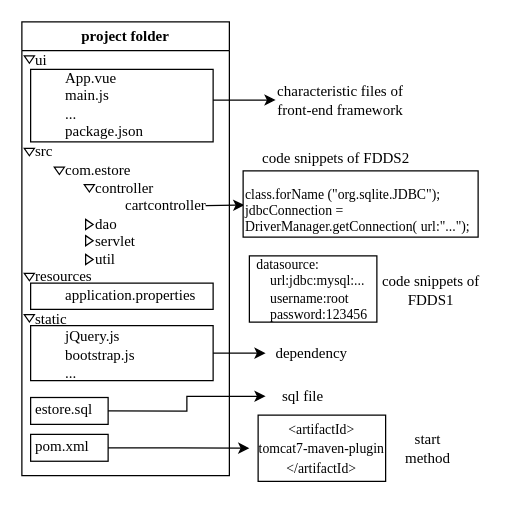
PAL4JavaWeb/homework keeps this draw.io diagram as method.drawio. Above is the earlier version. Source tidied: cells renumbered, new cells numbered last; positions are measured from the earlier drawing's top-left corner, leaving out a move shared by most shapes. Both pictures are drawn from the tidied source at 125%, with x=0, y=0 at pixel (21, 21).
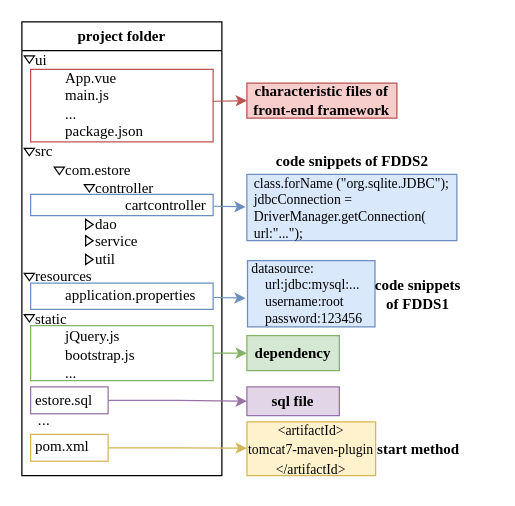
Above is the later version.

Diff of the diagram source:
```diff
@@
     <mxCell id="2" value="project folder" style="swimlane;whiteSpace=wrap;html=1;fontFamily=Times New Roman;" parent="1" vertex="1">
-      <mxGeometry width="166" height="363" as="geometry" />
+      <mxGeometry width="160" height="363" as="geometry" />
     </mxCell>
+    <mxCell id="11" style="rounded=0;whiteSpace=wrap;html=1;fillColor=none;fontFamily=Times New Roman;strokeColor=#9673a6;" parent="2" vertex="1">
+      <mxGeometry x="7" y="292" width="62" height="21.5" as="geometry" />
+    </mxCell>
-    <mxCell id="3" style="rounded=0;whiteSpace=wrap;html=1;fillColor=none;fontFamily=Times New Roman;" parent="2" vertex="1">
+    <mxCell id="3" style="rounded=0;whiteSpace=wrap;html=1;fillColor=none;fontFamily=Times New Roman;strokeColor=#82b366;" parent="2" vertex="1">
       <mxGeometry x="7" y="243" width="146" height="44" as="geometry" />
     </mxCell>
-    <mxCell id="4" value="&lt;div&gt;&lt;br&gt;&lt;/div&gt;&lt;div&gt;&lt;br&gt;&lt;/div&gt;" style="rounded=0;whiteSpace=wrap;html=1;fillColor=none;fontFamily=Times New Roman;" parent="2" vertex="1">
+    <mxCell id="4" value="&lt;div&gt;&lt;br&gt;&lt;/div&gt;&lt;div&gt;&lt;br&gt;&lt;/div&gt;" style="rounded=0;whiteSpace=wrap;html=1;fillColor=none;fontFamily=Times New Roman;strokeColor=#b85450;" parent="2" vertex="1">
       <mxGeometry x="7" y="38" width="146" height="58" as="geometry" />
     </mxCell>
     <mxCell id="5" value="estore.sql" style="text;html=1;align=left;verticalAlign=middle;whiteSpace=wrap;rounded=0;fontFamily=Times New Roman;" parent="2" vertex="1">
-      <mxGeometry x="9" y="295" width="60" height="30" as="geometry" />
+      <mxGeometry x="9" y="287.8" width="60" height="30" as="geometry" />
     </mxCell>
@@
-    <mxCell id="8" value="&lt;div&gt;src&lt;/div&gt;&lt;span style=&quot;white-space: pre;&quot;&gt;&#9;&lt;/span&gt;com.estore&lt;div&gt;&lt;span style=&quot;white-space: pre;&quot;&gt;&#9;&lt;span style=&quot;white-space: pre;&quot;&gt;&#9;&lt;/span&gt;&lt;/span&gt;&lt;span style=&quot;background-color: initial;&quot;&gt;controller&lt;/span&gt;&lt;/div&gt;&lt;div&gt;&lt;span style=&quot;background-color: initial;&quot;&gt;&lt;span style=&quot;white-space: pre;&quot;&gt;&#9;&lt;/span&gt;&lt;span style=&quot;white-space: pre;&quot;&gt;&#9;&lt;/span&gt;&lt;span style=&quot;white-space: pre;&quot;&gt;&#9;&lt;/span&gt;cartcontroller&lt;br&gt;&lt;/span&gt;&lt;/div&gt;&lt;div&gt;&lt;span style=&quot;white-space: pre;&quot;&gt;&#9;&lt;span style=&quot;white-space: pre;&quot;&gt;&#9;&lt;/span&gt;&lt;/span&gt;dao&lt;/div&gt;&lt;div&gt;&lt;span style=&quot;white-space: pre;&quot;&gt;&#9;&lt;span style=&quot;white-space: pre;&quot;&gt;&#9;&lt;/span&gt;&lt;/span&gt;servlet&lt;/div&gt;&lt;div&gt;&lt;span style=&quot;white-space: pre;&quot;&gt;&#9;&lt;span style=&quot;white-space: pre;&quot;&gt;&#9;&lt;/span&gt;&lt;/span&gt;util&lt;/div&gt;" style="text;html=1;align=left;verticalAlign=middle;whiteSpace=wrap;rounded=0;fontFamily=Times New Roman;" parent="2" vertex="1">
+    <mxCell id="8" value="&lt;div&gt;src&lt;/div&gt;&lt;span style=&quot;white-space: pre;&quot;&gt;&#9;&lt;/span&gt;com.estore&lt;div&gt;&lt;span style=&quot;white-space: pre;&quot;&gt;&#9;&lt;span style=&quot;white-space: pre;&quot;&gt;&#9;&lt;/span&gt;&lt;/span&gt;&lt;span style=&quot;background-color: initial;&quot;&gt;controller&lt;/span&gt;&lt;/div&gt;&lt;div&gt;&lt;span style=&quot;background-color: initial;&quot;&gt;&lt;span style=&quot;white-space: pre;&quot;&gt;&#9;&lt;/span&gt;&lt;span style=&quot;white-space: pre;&quot;&gt;&#9;&lt;/span&gt;&lt;span style=&quot;white-space: pre;&quot;&gt;&#9;&lt;/span&gt;cartcontroller&lt;br&gt;&lt;/span&gt;&lt;/div&gt;&lt;div&gt;&lt;span style=&quot;white-space: pre;&quot;&gt;&#9;&lt;span style=&quot;white-space: pre;&quot;&gt;&#9;&lt;/span&gt;&lt;/span&gt;dao&lt;/div&gt;&lt;div&gt;&lt;span style=&quot;white-space: pre;&quot;&gt;&#9;&lt;span style=&quot;white-space: pre;&quot;&gt;&#9;&lt;/span&gt;&lt;/span&gt;service&lt;/div&gt;&lt;div&gt;&lt;span style=&quot;white-space: pre;&quot;&gt;&#9;&lt;span style=&quot;white-space: pre;&quot;&gt;&#9;&lt;/span&gt;&lt;/span&gt;util&lt;/div&gt;" style="text;html=1;align=left;verticalAlign=middle;whiteSpace=wrap;rounded=0;fontFamily=Times New Roman;" parent="2" vertex="1">
       <mxGeometry x="9" y="132" width="60" height="30" as="geometry" />
     </mxCell>
@@
+    <mxCell id="13" style="rounded=0;whiteSpace=wrap;html=1;fillColor=none;fontFamily=Times New Roman;strokeColor=#6c8ebf;" parent="2" vertex="1">
+      <mxGeometry x="7" y="209" width="146" height="21" as="geometry" />
+    </mxCell>
+    <mxCell id="40" value="&lt;div&gt;&lt;br&gt;&lt;/div&gt;&lt;div&gt;&lt;br&gt;&lt;/div&gt;" style="rounded=0;whiteSpace=wrap;html=1;fillColor=none;fontFamily=Times New Roman;strokeColor=#6c8ebf;" parent="2" vertex="1">
+      <mxGeometry x="7" y="138" width="146" height="17" as="geometry" />
+    </mxCell>
+    <mxCell id="41" style="group;" parent="2" vertex="1">
+      <mxGeometry x="7" y="325" width="62" height="30" as="geometry" />
+    </mxCell>
+    <mxCell id="12" style="rounded=0;whiteSpace=wrap;html=1;fillColor=none;fontFamily=Times New Roman;strokeColor=#d6b656;" parent="41" vertex="1">
+      <mxGeometry y="5" width="62" height="21.5" as="geometry" />
+    </mxCell>
-    <mxCell id="10" value="pom.xml" style="text;html=1;align=left;verticalAlign=middle;whiteSpace=wrap;rounded=0;fontFamily=Times New Roman;" parent="2" vertex="1">
-      <mxGeometry x="9" y="325" width="60" height="30" as="geometry" />
+    <mxCell id="10" value="pom.xml" style="text;html=1;align=left;verticalAlign=middle;whiteSpace=wrap;rounded=0;fontFamily=Times New Roman;" parent="41" vertex="1">
+      <mxGeometry x="2" width="60" height="30" as="geometry" />
     </mxCell>
-    <mxCell id="11" style="rounded=0;whiteSpace=wrap;html=1;fillColor=none;fontFamily=Times New Roman;" parent="2" vertex="1">
-      <mxGeometry x="7" y="300.5" width="62" height="21.5" as="geometry" />
-    </mxCell>
-    <mxCell id="12" style="rounded=0;whiteSpace=wrap;html=1;fillColor=none;fontFamily=Times New Roman;" parent="2" vertex="1">
-      <mxGeometry x="7" y="330" width="62" height="21.5" as="geometry" />
-    </mxCell>
-    <mxCell id="13" style="rounded=0;whiteSpace=wrap;html=1;fillColor=none;fontFamily=Times New Roman;" parent="2" vertex="1">
-      <mxGeometry x="7" y="209" width="146" height="21" as="geometry" />
-    </mxCell>
-    <mxCell id="14" style="endArrow=classic;html=1;rounded=0;" parent="2" edge="1">
-      <mxGeometry relative="1" as="geometry">
-        <mxPoint x="147" y="147" as="sourcePoint" />
-        <mxPoint x="178" y="146.6" as="targetPoint" />
-      </mxGeometry>
-    </mxCell>
+    <mxCell id="42" value="..." style="text;html=1;align=left;verticalAlign=middle;whiteSpace=wrap;rounded=0;" parent="41" vertex="1">
+      <mxGeometry x="4" y="-15" width="40" height="17" as="geometry" />
+    </mxCell>
@@
-    <mxCell id="24" style="edgeStyle=orthogonalEdgeStyle;rounded=0;jettySize=auto;html=1;exitX=1;exitY=0.5;exitDx=0;exitDy=0;entryX=0;entryY=0.5;entryDx=0;entryDy=0;fontFamily=Times New Roman;" parent="1" edge="1" source="12" target="31">
-      <mxGeometry relative="1" as="geometry" />
+    <mxCell id="24" style="edgeStyle=orthogonalEdgeStyle;rounded=0;jettySize=auto;html=1;exitX=1;exitY=0.5;exitDx=0;exitDy=0;fontFamily=Times New Roman;fillColor=#fff2cc;strokeColor=#d6b656;" parent="1" edge="1" source="12">
+      <mxGeometry relative="1" as="geometry">
+        <mxPoint x="180" y="341" as="targetPoint" />
+      </mxGeometry>
     </mxCell>
-    <mxCell id="25" style="verticalLabelPosition=bottom;verticalAlign=top;html=1;shape=mxgraph.basic.rect;fillColor2=none;strokeWidth=1;size=20;indent=5;fontFamily=Times New Roman;" parent="1" vertex="1">
-      <mxGeometry x="189" y="314.5" width="102" height="53" as="geometry" />
-    </mxCell>
-    <mxCell id="26" style="verticalLabelPosition=bottom;verticalAlign=top;html=1;shape=mxgraph.basic.rect;fillColor2=none;strokeWidth=1;size=20;indent=5;fontFamily=Times New Roman;" parent="1" vertex="1">
-      <mxGeometry x="182" y="187.1" width="102" height="53" as="geometry" />
-    </mxCell>
-    <mxCell id="27" value="characteristic files of front-end framework" style="text;html=1;align=center;verticalAlign=middle;whiteSpace=wrap;rounded=0;fontFamily=Times New Roman;" parent="1" vertex="1">
-      <mxGeometry x="195" y="48" width="119.5" height="30" as="geometry" />
-    </mxCell>
-    <mxCell id="28" style="verticalLabelPosition=bottom;verticalAlign=top;html=1;shape=mxgraph.basic.rect;fillColor2=none;strokeWidth=1;size=20;indent=5;fontFamily=Times New Roman;" parent="1" vertex="1">
-      <mxGeometry x="177" y="119.1" width="188" height="53" as="geometry" />
-    </mxCell>
-    <mxCell id="29" style="endArrow=classic;html=1;rounded=0;fontFamily=Times New Roman;" parent="1" edge="1">
-      <mxGeometry relative="1" as="geometry">
-        <mxPoint x="153" y="62.5" as="sourcePoint" />
-        <mxPoint x="203" y="62.5" as="targetPoint" />
-      </mxGeometry>
-    </mxCell>
-    <mxCell id="30" value="dependency" style="text;html=1;align=center;verticalAlign=middle;whiteSpace=wrap;rounded=0;fontFamily=Times New Roman;" parent="1" vertex="1">
-      <mxGeometry x="195" y="251" width="74" height="28" as="geometry" />
+    <mxCell id="30" value="dependency" style="text;html=1;align=center;verticalAlign=middle;whiteSpace=wrap;rounded=0;fontFamily=Times New Roman;fillColor=#d5e8d4;strokeColor=#82b366;fontStyle=1;" parent="1" vertex="1">
+      <mxGeometry x="180" y="251" width="74" height="28" as="geometry" />
     </mxCell>
-    <mxCell id="31" value="&lt;p style=&quot;line-height: 40%; font-size: 11px;&quot; class=&quot;MsoNormal&quot;&gt;&lt;span style=&quot;font-size: 11px;&quot;&gt;&lt;font style=&quot;font-size: 11px;&quot;&gt;&amp;lt;artifactId&amp;gt;&lt;/font&gt;&lt;/span&gt;&lt;/p&gt;&lt;p style=&quot;line-height: 40%; font-size: 11px;&quot; class=&quot;MsoNormal&quot;&gt;&lt;span style=&quot;font-size: 11px;&quot;&gt;&lt;font style=&quot;font-size: 11px;&quot;&gt;tomcat7-maven-plugin&lt;/font&gt;&lt;/span&gt;&lt;/p&gt;&lt;p style=&quot;line-height: 40%; font-size: 11px;&quot; class=&quot;MsoNormal&quot;&gt;&lt;span style=&quot;font-size: 11px;&quot;&gt;&lt;font style=&quot;font-size: 11px;&quot;&gt;&amp;lt;/artifactId&amp;gt;&lt;/font&gt;&lt;/span&gt;&lt;span style=&quot;font-size: 11px;&quot;&gt;&lt;/span&gt;&lt;/p&gt;" style="text;html=1;align=center;verticalAlign=middle;whiteSpace=wrap;rounded=0;fontSize=11;fontFamily=Times New Roman;" parent="1" vertex="1">
-      <mxGeometry x="182" y="320.3" width="116" height="41.5" as="geometry" />
-    </mxCell>
-    <mxCell id="32" value="sql file" style="text;html=1;align=center;verticalAlign=middle;whiteSpace=wrap;rounded=0;fontFamily=Times New Roman;" parent="1" vertex="1">
-      <mxGeometry x="195" y="284.5" width="60" height="30" as="geometry" />
+    <mxCell id="32" value="sql file" style="text;html=1;align=center;verticalAlign=middle;whiteSpace=wrap;rounded=0;fontFamily=Times New Roman;fillColor=#e1d5e7;strokeColor=#9673a6;fontStyle=1;" parent="1" vertex="1">
+      <mxGeometry x="180" y="292" width="74" height="23" as="geometry" />
     </mxCell>
-    <mxCell id="33" style="edgeStyle=orthogonalEdgeStyle;rounded=0;jettySize=auto;html=1;exitX=1;exitY=0.5;exitDx=0;exitDy=0;fontFamily=Times New Roman;" parent="1" edge="1" source="11" target="32">
+    <mxCell id="33" style="edgeStyle=orthogonalEdgeStyle;rounded=0;jettySize=auto;html=1;exitX=1;exitY=0.5;exitDx=0;exitDy=0;fontFamily=Times New Roman;fillColor=#e1d5e7;strokeColor=#9673a6;" parent="1" edge="1" source="11" target="32">
       <mxGeometry relative="1" as="geometry" />
     </mxCell>
-    <mxCell id="34" style="edgeStyle=orthogonalEdgeStyle;rounded=0;jettySize=auto;html=1;exitX=1;exitY=0.5;exitDx=0;exitDy=0;entryX=0;entryY=0.5;entryDx=0;entryDy=0;fontFamily=Times New Roman;" parent="1" edge="1" source="3" target="30">
+    <mxCell id="34" style="edgeStyle=orthogonalEdgeStyle;rounded=0;jettySize=auto;html=1;exitX=1;exitY=0.5;exitDx=0;exitDy=0;entryX=0;entryY=0.5;entryDx=0;entryDy=0;fontFamily=Times New Roman;fillColor=#d5e8d4;strokeColor=#82b366;" parent="1" edge="1" source="3" target="30">
       <mxGeometry relative="1" as="geometry" />
     </mxCell>
-    <mxCell id="35" value="&lt;div style=&quot;font-size: 11px;&quot;&gt;&lt;font style=&quot;font-size: 11px;&quot;&gt;&amp;nbsp; &amp;nbsp; datasource:&lt;/font&gt;&lt;/div&gt;&lt;div style=&quot;font-size: 11px;&quot;&gt;&lt;font style=&quot;font-size: 11px;&quot;&gt;&amp;nbsp; &amp;nbsp; &amp;nbsp; &amp;nbsp; url:jdbc:mysql:...&lt;/font&gt;&lt;/div&gt;&lt;div style=&quot;font-size: 11px;&quot;&gt;&lt;font style=&quot;font-size: 11px;&quot;&gt;&amp;nbsp; &amp;nbsp; &amp;nbsp; &amp;nbsp; username:root&lt;/font&gt;&lt;/div&gt;&lt;div style=&quot;font-size: 11px;&quot;&gt;&lt;font style=&quot;font-size: 11px;&quot;&gt;&amp;nbsp; &amp;nbsp; &amp;nbsp; &amp;nbsp; password:123456&lt;/font&gt;&lt;/div&gt;" style="text;html=1;align=left;verticalAlign=middle;whiteSpace=wrap;rounded=0;fontFamily=Times New Roman;" parent="1" vertex="1">
-      <mxGeometry x="175.2" y="172.6" width="105.5" height="82" as="geometry" />
-    </mxCell>
-    <mxCell id="36" value="&lt;div style=&quot;font-size: 11px;&quot;&gt;class.forName (&quot;org.sqlite.JDBC&quot;);&lt;/div&gt;&lt;div style=&quot;font-size: 11px;&quot;&gt;jdbcConnection = DriverManager.getConnection( url:&quot;...&quot;);&lt;/div&gt;" style="text;html=1;align=left;verticalAlign=middle;whiteSpace=wrap;rounded=0;fontSize=11;fontFamily=Times New Roman;" parent="1" vertex="1">
-      <mxGeometry x="177" y="126.6" width="182.5" height="48.4" as="geometry" />
-    </mxCell>
-    <mxCell id="37" value="start method" style="text;html=1;align=center;verticalAlign=middle;whiteSpace=wrap;rounded=0;fontFamily=Times New Roman;" parent="1" vertex="1">
-      <mxGeometry x="298" y="327.6" width="54" height="26.8" as="geometry" />
+    <mxCell id="37" value="start method" style="text;html=1;align=center;verticalAlign=middle;whiteSpace=wrap;rounded=0;fontFamily=Times New Roman;fontStyle=1;" parent="1" vertex="1">
+      <mxGeometry x="280" y="331.5" width="75" height="20" as="geometry" />
     </mxCell>
-    <mxCell id="38" value="code snippets of FDDS2" style="text;html=1;align=center;verticalAlign=middle;whiteSpace=wrap;rounded=0;fontFamily=Times New Roman;" parent="1" vertex="1">
-      <mxGeometry x="189" y="98.3" width="125" height="20.9" as="geometry" />
+    <mxCell id="38" value="code snippets of FDDS2" style="text;html=1;align=center;verticalAlign=middle;whiteSpace=wrap;rounded=0;fontFamily=Times New Roman;fontStyle=1;" parent="1" vertex="1">
+      <mxGeometry x="201.5" y="101.3" width="125" height="20.9" as="geometry" />
     </mxCell>
+    <mxCell id="43" style="group;" parent="1" vertex="1">
+      <mxGeometry x="171" y="176" width="204.5" height="82" as="geometry" />
+    </mxCell>
+    <mxCell id="26" style="verticalLabelPosition=bottom;verticalAlign=top;html=1;shape=mxgraph.basic.rect;fillColor2=none;strokeWidth=1;size=20;indent=5;fontFamily=Times New Roman;fillColor=#dae8fc;strokeColor=#6c8ebf;" parent="43" vertex="1">
+      <mxGeometry x="9.5" y="15" width="102" height="53" as="geometry" />
+    </mxCell>
+    <mxCell id="35" value="&lt;div style=&quot;font-size: 11px;&quot;&gt;&lt;font style=&quot;font-size: 11px;&quot;&gt;&amp;nbsp; &amp;nbsp; datasource:&lt;/font&gt;&lt;/div&gt;&lt;div style=&quot;font-size: 11px;&quot;&gt;&lt;font style=&quot;font-size: 11px;&quot;&gt;&amp;nbsp; &amp;nbsp; &amp;nbsp; &amp;nbsp; url:jdbc:mysql:...&lt;/font&gt;&lt;/div&gt;&lt;div style=&quot;font-size: 11px;&quot;&gt;&lt;font style=&quot;font-size: 11px;&quot;&gt;&amp;nbsp; &amp;nbsp; &amp;nbsp; &amp;nbsp; username:root&lt;/font&gt;&lt;/div&gt;&lt;div style=&quot;font-size: 11px;&quot;&gt;&lt;font style=&quot;font-size: 11px;&quot;&gt;&amp;nbsp; &amp;nbsp; &amp;nbsp; &amp;nbsp; password:123456&lt;/font&gt;&lt;/div&gt;" style="text;html=1;align=left;verticalAlign=middle;whiteSpace=wrap;rounded=0;fontFamily=Times New Roman;" parent="43" vertex="1">
+      <mxGeometry width="105.5" height="82" as="geometry" />
+    </mxCell>
-    <mxCell id="39" value="code snippets of FDDS1" style="text;html=1;align=center;verticalAlign=middle;whiteSpace=wrap;rounded=0;fontFamily=Times New Roman;" parent="1" vertex="1">
-      <mxGeometry x="278" y="201.1" width="99" height="27.9" as="geometry" />
+    <mxCell id="39" value="code snippets of FDDS1" style="text;html=1;align=center;verticalAlign=middle;whiteSpace=wrap;rounded=0;fontFamily=Times New Roman;fontStyle=1;" parent="43" vertex="1">
+      <mxGeometry x="108" y="23" width="75.5" height="37.2" as="geometry" />
     </mxCell>
+    <mxCell id="44" style="group;" parent="1" vertex="1">
+      <mxGeometry x="180" y="122" width="168" height="53" as="geometry" />
+    </mxCell>
+    <mxCell id="28" style="verticalLabelPosition=bottom;verticalAlign=top;html=1;shape=mxgraph.basic.rect;fillColor2=none;strokeWidth=1;size=20;indent=5;fontFamily=Times New Roman;fillColor=#dae8fc;strokeColor=#6c8ebf;" parent="44" vertex="1">
+      <mxGeometry width="168" height="53" as="geometry" />
+    </mxCell>
+    <mxCell id="36" value="&lt;div style=&quot;font-size: 11px;&quot;&gt;class.forName (&quot;org.sqlite.JDBC&quot;);&lt;/div&gt;&lt;div style=&quot;font-size: 11px;&quot;&gt;jdbcConnection = DriverManager.getConnection( url:&quot;...&quot;);&lt;/div&gt;" style="text;html=1;align=left;verticalAlign=middle;whiteSpace=wrap;rounded=0;fontSize=11;fontFamily=Times New Roman;" parent="44" vertex="1">
+      <mxGeometry x="3.5" y="4.6" width="161.1" height="43.8" as="geometry" />
+    </mxCell>
+    <mxCell id="27" value="characteristic files of front-end framework" style="text;html=1;align=center;verticalAlign=middle;whiteSpace=wrap;rounded=0;fontFamily=Times New Roman;fillColor=#f8cecc;strokeColor=#b85450;fontStyle=1;" parent="1" vertex="1">
+      <mxGeometry x="180" y="49" width="120" height="28" as="geometry" />
+    </mxCell>
+    <mxCell id="29" style="endArrow=classic;html=1;rounded=0;fontFamily=Times New Roman;fillColor=#f8cecc;strokeColor=#b85450;entryX=0;entryY=0.5;entryDx=0;entryDy=0;" parent="1" edge="1" target="27">
+      <mxGeometry relative="1" as="geometry">
+        <mxPoint x="152.5" y="63.5" as="sourcePoint" />
+      </mxGeometry>
+    </mxCell>
+    <mxCell id="45" style="group;" parent="1" vertex="1">
+      <mxGeometry x="173" y="320" width="117" height="43" as="geometry" />
+    </mxCell>
+    <mxCell id="25" style="verticalLabelPosition=bottom;verticalAlign=top;html=1;shape=mxgraph.basic.rect;fillColor2=none;strokeWidth=1;size=20;indent=5;fontFamily=Times New Roman;fillColor=#fff2cc;strokeColor=#d6b656;" parent="45" vertex="1">
+      <mxGeometry x="7.1" width="102.9" height="43" as="geometry" />
+    </mxCell>
+    <mxCell id="31" value="&lt;p style=&quot;line-height: 40%; font-size: 11px;&quot; class=&quot;MsoNormal&quot;&gt;&lt;span style=&quot;font-size: 11px;&quot;&gt;&lt;font style=&quot;font-size: 11px;&quot;&gt;&amp;lt;artifactId&amp;gt;&lt;/font&gt;&lt;/span&gt;&lt;/p&gt;&lt;p style=&quot;line-height: 40%; font-size: 11px;&quot; class=&quot;MsoNormal&quot;&gt;&lt;span style=&quot;font-size: 11px;&quot;&gt;&lt;font style=&quot;font-size: 11px;&quot;&gt;tomcat7-maven-plugin&lt;/font&gt;&lt;/span&gt;&lt;/p&gt;&lt;p style=&quot;line-height: 40%; font-size: 11px;&quot; class=&quot;MsoNormal&quot;&gt;&lt;span style=&quot;font-size: 11px;&quot;&gt;&lt;font style=&quot;font-size: 11px;&quot;&gt;&amp;lt;/artifactId&amp;gt;&lt;/font&gt;&lt;/span&gt;&lt;span style=&quot;font-size: 11px;&quot;&gt;&lt;/span&gt;&lt;/p&gt;" style="text;html=1;align=center;verticalAlign=middle;whiteSpace=wrap;rounded=0;fontSize=11;fontFamily=Times New Roman;" parent="45" vertex="1">
+      <mxGeometry y="4.7" width="117" height="33.7" as="geometry" />
+    </mxCell>
+    <mxCell id="46" style="endArrow=classic;html=1;rounded=0;fontFamily=Times New Roman;fillColor=#dae8fc;strokeColor=#6c8ebf;" parent="1" edge="1">
+      <mxGeometry relative="1" as="geometry">
+        <mxPoint x="153.5" y="220.5" as="sourcePoint" />
+        <mxPoint x="179" y="221" as="targetPoint" />
+      </mxGeometry>
+    </mxCell>
+    <mxCell id="47" style="endArrow=classic;html=1;rounded=0;fontFamily=Times New Roman;fillColor=#dae8fc;strokeColor=#6c8ebf;" parent="1" edge="1">
+      <mxGeometry relative="1" as="geometry">
+        <mxPoint x="153.5" y="147.5" as="sourcePoint" />
+        <mxPoint x="179" y="148" as="targetPoint" />
+      </mxGeometry>
+    </mxCell>
```
